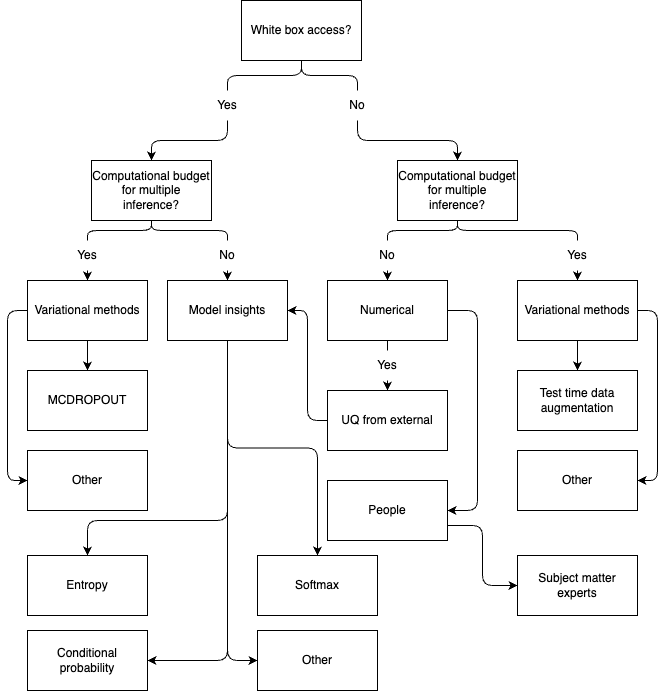
Before: flowcharts/taxonomy.png, a diagram exported from draw.io (alan-turing-institute/ARC-SPICE). Source tidied: cells renumbered, new cells last; positions are measured from the earlier drawing's top-left corner, leaving out a move shared by most shapes.
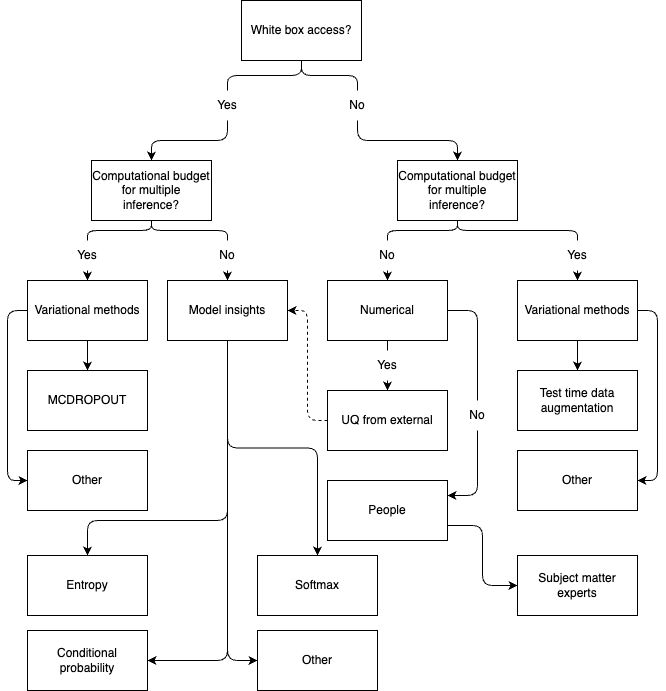
Above is the later version.

What changed in the source:
```diff
@@ -66,14 +66,9 @@
     <mxCell id="19" style="edgeStyle=orthogonalEdgeStyle;html=1;exitX=0.5;exitY=1;exitDx=0;exitDy=0;entryX=0.5;entryY=0;entryDx=0;entryDy=0;startArrow=none;" parent="1" edge="1" source="51" target="26">
       <mxGeometry relative="1" as="geometry" />
     </mxCell>
-    <mxCell id="20" style="edgeStyle=orthogonalEdgeStyle;html=1;exitX=1;exitY=0.5;exitDx=0;exitDy=0;entryX=1;entryY=0.5;entryDx=0;entryDy=0;" parent="1" edge="1" source="21" target="48">
-      <mxGeometry relative="1" as="geometry">
-        <Array as="points">
-          <mxPoint x="470" y="310" />
-          <mxPoint x="470" y="510" />
-        </Array>
-      </mxGeometry>
-    </mxCell>
+    <mxCell id="52" style="edgeStyle=orthogonalEdgeStyle;html=1;exitX=1;exitY=0.5;exitDx=0;exitDy=0;endArrow=none;endFill=0;" parent="1" edge="1" source="21" target="54">
+      <mxGeometry relative="1" as="geometry" />
+    </mxCell>
     <mxCell id="21" value="Numerical" style="whiteSpace=wrap;html=1;" parent="1" vertex="1">
       <mxGeometry x="320" y="280" width="120" height="60" as="geometry" />
     </mxCell>
@@ -91,7 +86,7 @@
     <mxCell id="24" value="Variational methods" style="whiteSpace=wrap;html=1;" parent="1" vertex="1">
       <mxGeometry x="510" y="280" width="120" height="60" as="geometry" />
     </mxCell>
-    <mxCell id="25" style="edgeStyle=orthogonalEdgeStyle;html=1;exitX=0;exitY=0.5;exitDx=0;exitDy=0;entryX=1;entryY=0.5;entryDx=0;entryDy=0;" parent="1" edge="1" source="26" target="18">
+    <mxCell id="25" style="edgeStyle=orthogonalEdgeStyle;html=1;exitX=0;exitY=0.5;exitDx=0;exitDy=0;entryX=1;entryY=0.5;entryDx=0;entryDy=0;dashed=1;" parent="1" edge="1" source="26" target="18">
       <mxGeometry relative="1" as="geometry" />
     </mxCell>
     <mxCell id="26" value="UQ from external" style="whiteSpace=wrap;html=1;" parent="1" vertex="1">
@@ -172,5 +167,11 @@
     <mxCell id="51" value="Yes" style="text;strokeColor=none;align=center;fillColor=none;html=1;verticalAlign=middle;whiteSpace=wrap;rounded=0;" parent="1" vertex="1">
       <mxGeometry x="350" y="350" width="60" height="30" as="geometry" />
     </mxCell>
+    <mxCell id="53" style="edgeStyle=orthogonalEdgeStyle;html=1;exitX=0.5;exitY=1;exitDx=0;exitDy=0;entryX=1;entryY=0.25;entryDx=0;entryDy=0;endArrow=classic;endFill=1;" parent="1" edge="1" source="54" target="48">
+      <mxGeometry relative="1" as="geometry" />
+    </mxCell>
+    <mxCell id="54" value="No" style="text;strokeColor=none;align=center;fillColor=none;html=1;verticalAlign=middle;whiteSpace=wrap;rounded=0;" parent="1" vertex="1">
+      <mxGeometry x="440" y="400" width="60" height="30" as="geometry" />
+    </mxCell>
   </root>
 </mxGraphModel>
```
